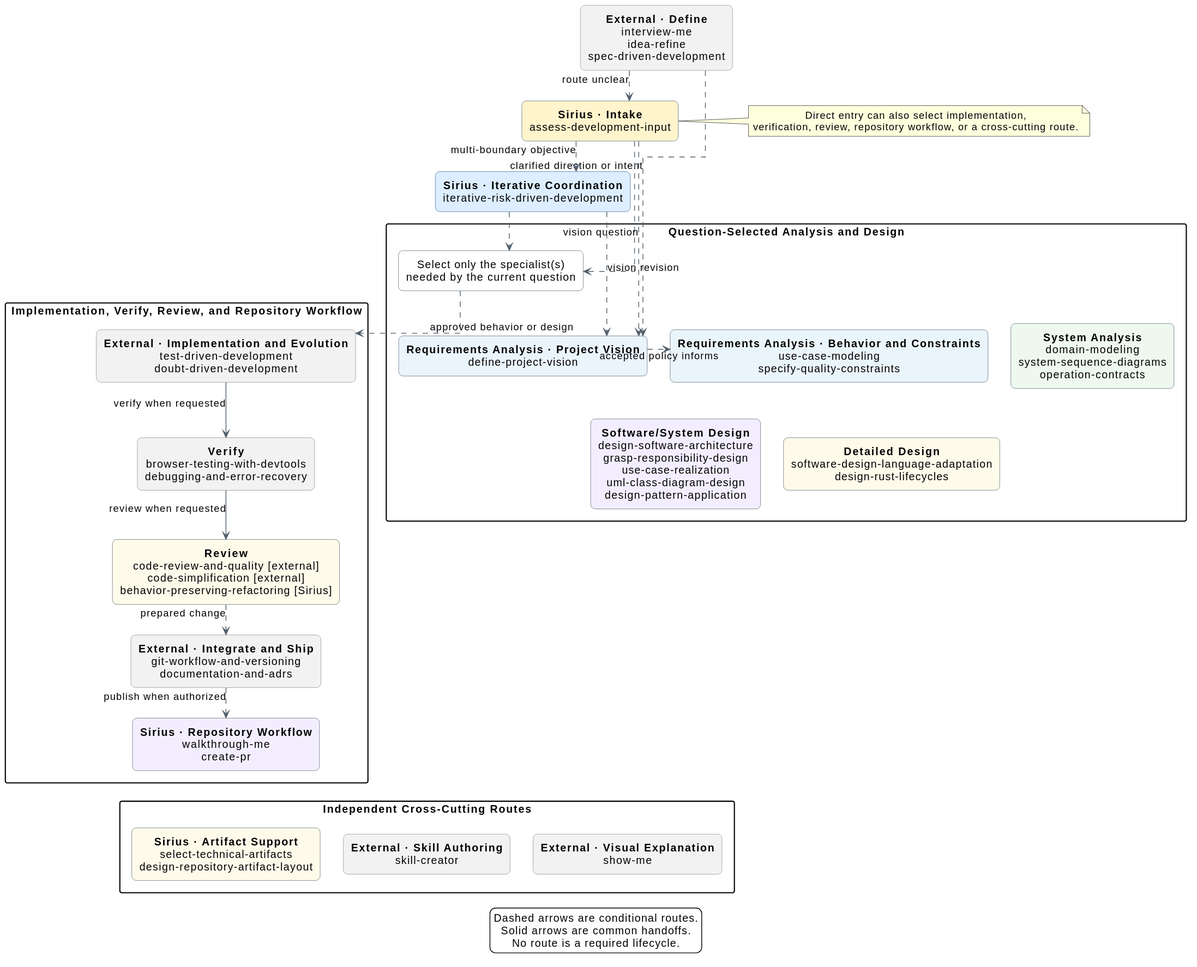
Above: catalog/skill-relationships.svg in sirius-cc-wu/sirius-skills (PlantUML), before the change.
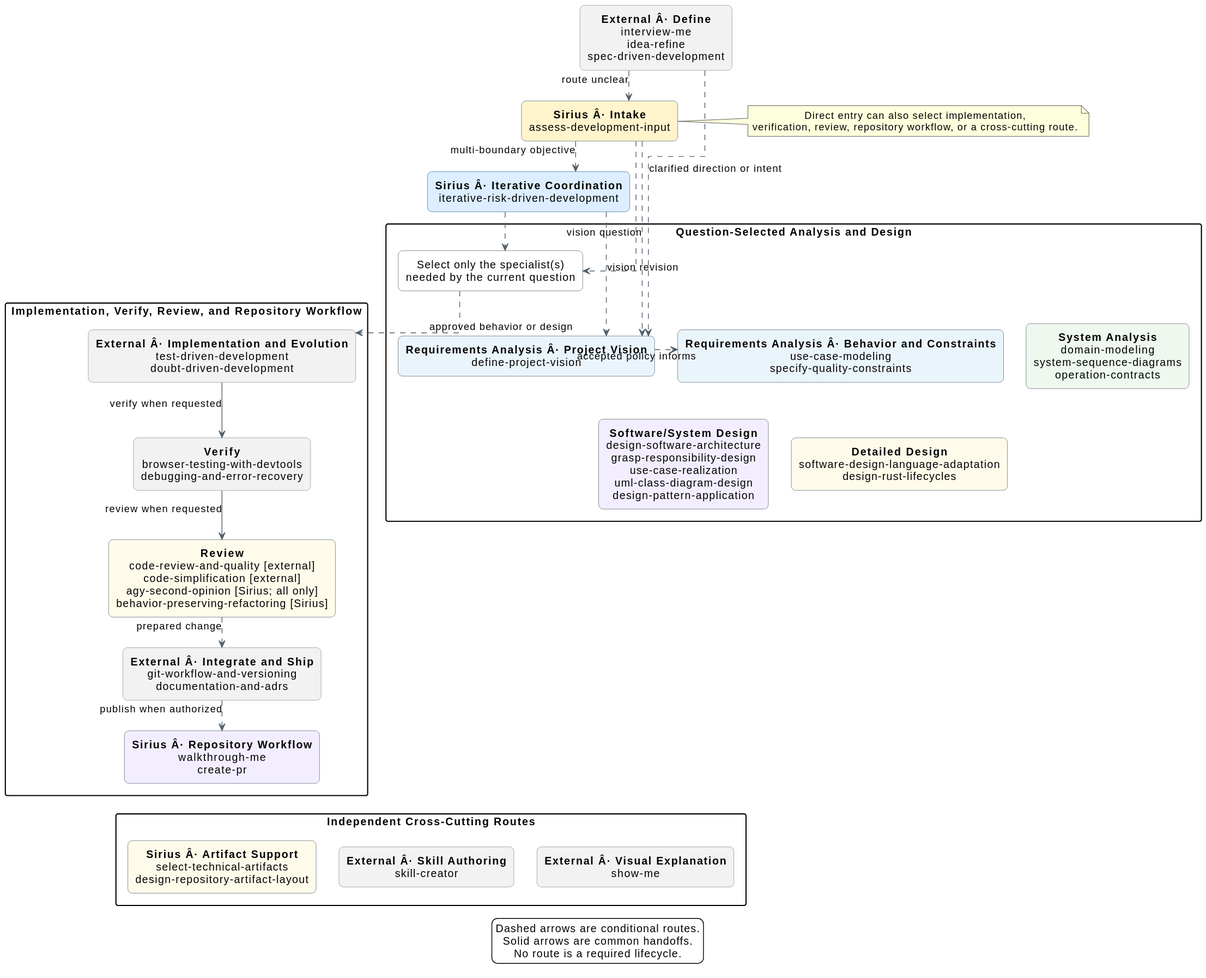
The same file after the commit.

What changed in the source:
```diff
@@ -26,17 +26,17 @@
 }
 
 rectangle define <<external>> [
-**External · Define**
+**External Â· Define**
 interview-me
 idea-refine
 spec-driven-development
 ]
 rectangle assess #FFF4CC [
-**Sirius · Intake**
+**Sirius Â· Intake**
 assess-development-input
 ]
 rectangle iterative <<coordinator>> [
-**Sirius · Iterative Coordination**
+**Sirius Â· Iterative Coordination**
 iterative-risk-driven-development
 ]
 
@@ -51,11 +51,11 @@
   needed by the current question
   ]
   rectangle vision #EAF4FB [
-  **Requirements Analysis · Project Vision**
+  **Requirements Analysis Â· Project Vision**
   define-project-vision
   ]
   rectangle requirements #EAF4FB [
-  **Requirements Analysis · Behavior and Constraints**
+  **Requirements Analysis Â· Behavior and Constraints**
   use-case-modeling
   specify-quality-constraints
   ]
@@ -89,7 +89,7 @@
 
 package "Implementation, Verify, Review, and Repository Workflow" as delivery {
   rectangle implementation <<external>> [
-  **External · Implementation and Evolution**
+  **External Â· Implementation and Evolution**
   test-driven-development
   doubt-driven-development
   ]
@@ -102,15 +102,16 @@
   **Review**
   code-review-and-quality [external]
   code-simplification [external]
+  agy-second-opinion [Sirius; all only]
   behavior-preserving-refactoring [Sirius]
   ]
   rectangle integrate <<external>> [
-  **External · Integrate and Ship**
+  **External Â· Integrate and Ship**
   git-workflow-and-versioning
   documentation-and-adrs
   ]
   rectangle repository #F3EEFF [
-  **Sirius · Repository Workflow**
+  **Sirius Â· Repository Workflow**
   walkthrough-me
   create-pr
   ]
@@ -123,16 +124,16 @@
 
 package "Independent Cross-Cutting Routes" as crosscutting {
   rectangle support #FFFBEA [
-  **Sirius · Artifact Support**
+  **Sirius Â· Artifact Support**
   select-technical-artifacts
   design-repository-artifact-layout
   ]
   rectangle authoring <<external>> [
-  **External · Skill Authoring**
+  **External Â· Skill Authoring**
   skill-creator
   ]
   rectangle visual <<external>> [
-  **External · Visual Explanation**
+  **External Â· Visual Explanation**
   show-me
   ]
 
```
